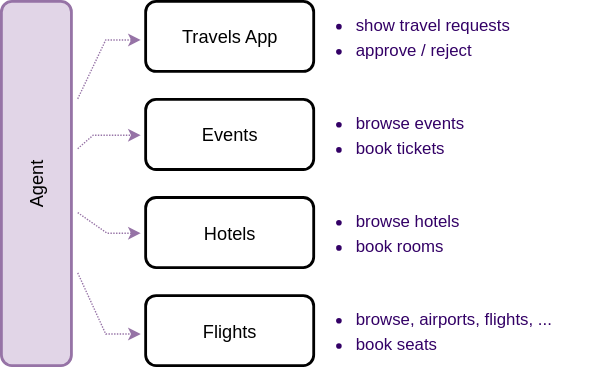
Before: guides/ai/xtravels-agentic.drawio.svg, a diagram exported from draw.io (capire/docs). Source tidied: cells renumbered, new cells last; positions are measured from the earlier drawing's top-left corner, leaving out a move shared by most shapes. Its diagram source:
```xml
<mxGraphModel>
  <root>
    <mxCell id="0" />
    <mxCell id="1" parent="0" />
    <mxCell id="2" value="Travels App" style="rounded=1;whiteSpace=wrap;html=1;strokeWidth=2;perimeterSpacing=4;fontSize=13;" parent="1" vertex="1">
      <mxGeometry x="208" width="120" height="50" as="geometry" />
    </mxCell>
    <mxCell id="3" value="Flights" style="rounded=1;whiteSpace=wrap;html=1;strokeWidth=2;perimeterSpacing=4;fontSize=13;" parent="1" vertex="1">
      <mxGeometry x="208" y="210" width="120" height="50" as="geometry" />
    </mxCell>
    <mxCell id="4" value="Hotels" style="rounded=1;whiteSpace=wrap;html=1;strokeWidth=2;perimeterSpacing=4;fontSize=13;" parent="1" vertex="1">
      <mxGeometry x="208" y="140" width="120" height="50" as="geometry" />
    </mxCell>
    <mxCell id="5" value="Events" style="rounded=1;whiteSpace=wrap;html=1;strokeWidth=2;perimeterSpacing=4;fontSize=13;" parent="1" vertex="1">
      <mxGeometry x="208" y="70" width="120" height="50" as="geometry" />
    </mxCell>
    <mxCell id="6" value="Agent" style="rounded=1;whiteSpace=wrap;html=1;strokeWidth=2;perimeterSpacing=4;fontSize=13;fillColor=#e1d5e7;strokeColor=#9673a6;rotation=-90;" parent="1" vertex="1">
      <mxGeometry y="105" width="260" height="50" as="geometry" />
    </mxCell>
    <mxCell id="7" value="&lt;ul style=&quot;padding-left: 20px; margin-top: 4px; margin-bottom: 4px; line-height: 150%;&quot;&gt;&lt;li&gt;show travel requests&lt;/li&gt;&lt;li&gt;approve / reject&lt;/li&gt;&lt;/ul&gt;" style="text;html=1;align=left;verticalAlign=middle;whiteSpace=wrap;rounded=0;fontSize=12;fontFamily=Helvetica;fontColor=#330066;labelBackgroundColor=none;spacing=0;" parent="1" vertex="1">
      <mxGeometry x="338" width="154" height="50" as="geometry" />
    </mxCell>
    <mxCell id="8" value="&lt;ul style=&quot;padding-left: 20px; margin-top: 4px; margin-bottom: 4px; line-height: 150%;&quot;&gt;&lt;li&gt;browse events&amp;nbsp;&lt;/li&gt;&lt;li&gt;book tickets&lt;/li&gt;&lt;/ul&gt;" style="text;html=1;align=left;verticalAlign=middle;whiteSpace=wrap;rounded=0;fontSize=12;fontFamily=Helvetica;fontColor=#330066;labelBackgroundColor=none;spacing=0;" parent="1" vertex="1">
      <mxGeometry x="338" y="70" width="140" height="50" as="geometry" />
    </mxCell>
    <mxCell id="9" value="&lt;ul style=&quot;padding-left: 20px; margin-top: 4px; margin-bottom: 4px; line-height: 150%;&quot;&gt;&lt;li&gt;browse hotels&lt;/li&gt;&lt;li&gt;book rooms&lt;/li&gt;&lt;/ul&gt;" style="text;html=1;align=left;verticalAlign=middle;whiteSpace=wrap;rounded=0;fontSize=12;fontFamily=Helvetica;fontColor=#330066;labelBackgroundColor=none;spacing=0;" parent="1" vertex="1">
      <mxGeometry x="338" y="140" width="140" height="50" as="geometry" />
    </mxCell>
    <mxCell id="10" value="&lt;ul style=&quot;padding-left: 20px; margin-top: 4px; margin-bottom: 4px; line-height: 150%;&quot;&gt;&lt;li&gt;browse, airports, flights, ...&lt;/li&gt;&lt;li&gt;book seats&lt;/li&gt;&lt;/ul&gt;" style="text;html=1;align=left;verticalAlign=middle;whiteSpace=wrap;rounded=0;fontSize=12;fontFamily=Helvetica;fontColor=#330066;labelBackgroundColor=none;spacing=0;" parent="1" vertex="1">
      <mxGeometry x="338" y="210" width="193" height="50" as="geometry" />
    </mxCell>
    <mxCell id="11" style="edgeStyle=elbowEdgeStyle;shape=connector;rounded=0;jettySize=auto;html=1;strokeColor=#9673a6;align=center;verticalAlign=middle;fontFamily=Helvetica;fontSize=11;fontColor=default;labelBackgroundColor=default;endArrow=classic;fillColor=#e1d5e7;dashed=1;elbow=vertical;dashPattern=1 1;" parent="1" edge="1" source="6" target="2">
      <mxGeometry relative="1" as="geometry">
        <Array as="points">
          <mxPoint x="179" y="27" />
        </Array>
      </mxGeometry>
    </mxCell>
    <mxCell id="12" style="shape=connector;rounded=0;jettySize=auto;html=1;strokeColor=#9673a6;align=center;verticalAlign=middle;fontFamily=Helvetica;fontSize=11;fontColor=default;labelBackgroundColor=default;endArrow=classic;fillColor=#e1d5e7;dashed=1;edgeStyle=elbowEdgeStyle;elbow=vertical;dashPattern=1 1;" parent="1" edge="1" source="6" target="5">
      <mxGeometry relative="1" as="geometry">
        <Array as="points">
          <mxPoint x="170" y="95" />
        </Array>
      </mxGeometry>
    </mxCell>
    <mxCell id="13" style="shape=connector;rounded=0;jettySize=auto;html=1;strokeColor=#9673a6;align=center;verticalAlign=middle;fontFamily=Helvetica;fontSize=11;fontColor=default;labelBackgroundColor=default;endArrow=classic;fillColor=#e1d5e7;dashed=1;elbow=vertical;edgeStyle=elbowEdgeStyle;dashPattern=1 1;" parent="1" edge="1" source="6" target="4">
      <mxGeometry relative="1" as="geometry">
        <Array as="points">
          <mxPoint x="180" y="165" />
        </Array>
      </mxGeometry>
    </mxCell>
    <mxCell id="14" style="shape=connector;rounded=0;jettySize=auto;html=1;strokeColor=#9673a6;align=center;verticalAlign=middle;fontFamily=Helvetica;fontSize=11;fontColor=default;labelBackgroundColor=default;endArrow=classic;fillColor=#e1d5e7;dashed=1;elbow=vertical;edgeStyle=elbowEdgeStyle;dashPattern=1 1;" parent="1" edge="1" source="6" target="3">
      <mxGeometry relative="1" as="geometry">
        <Array as="points">
          <mxPoint x="179" y="237" />
        </Array>
      </mxGeometry>
    </mxCell>
  </root>
</mxGraphModel>
```
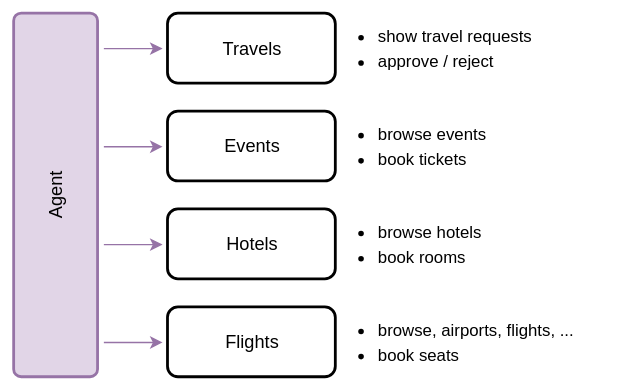
Later version of the same file.

Commit message:
XTravels sample for AI... (wip)

Change to the diagram source:
```diff
@@ -2,9 +2,16 @@
   <root>
     <mxCell id="0" />
     <mxCell id="1" parent="0" />
-    <mxCell id="2" value="Travels App" style="rounded=1;whiteSpace=wrap;html=1;strokeWidth=2;perimeterSpacing=4;fontSize=13;" parent="1" vertex="1">
-      <mxGeometry x="208" width="120" height="50" as="geometry" />
-    </mxCell>
+    <mxCell id="13" style="edgeStyle=elbowEdgeStyle;shape=connector;rounded=0;jettySize=auto;html=1;strokeColor=#9673a6;align=center;verticalAlign=middle;fontFamily=Helvetica;fontSize=11;fontColor=default;labelBackgroundColor=default;endArrow=classic;elbow=vertical;fillColor=#e1d5e7;" parent="1" edge="1" source="6" target="4">
+      <mxGeometry relative="1" as="geometry">
+        <Array as="points">
+          <mxPoint x="188" y="165" />
+        </Array>
+      </mxGeometry>
+    </mxCell>
+    <mxCell id="6" value="Agent" style="rounded=1;whiteSpace=wrap;html=1;strokeWidth=2;perimeterSpacing=4;fontSize=13;arcSize=9;fillColor=#e1d5e7;strokeColor=#9673a6;horizontal=0;" parent="1" vertex="1">
+      <mxGeometry x="98" width="60" height="260" as="geometry" />
+    </mxCell>
     <mxCell id="3" value="Flights" style="rounded=1;whiteSpace=wrap;html=1;strokeWidth=2;perimeterSpacing=4;fontSize=13;" parent="1" vertex="1">
       <mxGeometry x="208" y="210" width="120" height="50" as="geometry" />
     </mxCell>
@@ -14,48 +21,40 @@
     <mxCell id="5" value="Events" style="rounded=1;whiteSpace=wrap;html=1;strokeWidth=2;perimeterSpacing=4;fontSize=13;" parent="1" vertex="1">
       <mxGeometry x="208" y="70" width="120" height="50" as="geometry" />
     </mxCell>
-    <mxCell id="6" value="Agent" style="rounded=1;whiteSpace=wrap;html=1;strokeWidth=2;perimeterSpacing=4;fontSize=13;fillColor=#e1d5e7;strokeColor=#9673a6;rotation=-90;" parent="1" vertex="1">
-      <mxGeometry y="105" width="260" height="50" as="geometry" />
-    </mxCell>
-    <mxCell id="7" value="&lt;ul style=&quot;padding-left: 20px; margin-top: 4px; margin-bottom: 4px; line-height: 150%;&quot;&gt;&lt;li&gt;show travel requests&lt;/li&gt;&lt;li&gt;approve / reject&lt;/li&gt;&lt;/ul&gt;" style="text;html=1;align=left;verticalAlign=middle;whiteSpace=wrap;rounded=0;fontSize=12;fontFamily=Helvetica;fontColor=#330066;labelBackgroundColor=none;spacing=0;" parent="1" vertex="1">
-      <mxGeometry x="338" width="154" height="50" as="geometry" />
-    </mxCell>
-    <mxCell id="8" value="&lt;ul style=&quot;padding-left: 20px; margin-top: 4px; margin-bottom: 4px; line-height: 150%;&quot;&gt;&lt;li&gt;browse events&amp;nbsp;&lt;/li&gt;&lt;li&gt;book tickets&lt;/li&gt;&lt;/ul&gt;" style="text;html=1;align=left;verticalAlign=middle;whiteSpace=wrap;rounded=0;fontSize=12;fontFamily=Helvetica;fontColor=#330066;labelBackgroundColor=none;spacing=0;" parent="1" vertex="1">
+    <mxCell id="8" value="&lt;ul style=&quot;padding-left: 20px; margin-top: 4px; margin-bottom: 4px; line-height: 150%;&quot;&gt;&lt;li&gt;browse events&amp;nbsp;&lt;/li&gt;&lt;li&gt;book tickets&lt;/li&gt;&lt;/ul&gt;" style="text;html=1;align=left;verticalAlign=middle;whiteSpace=wrap;rounded=0;fontSize=12;fontFamily=Helvetica;labelBackgroundColor=none;spacing=0;" parent="1" vertex="1">
       <mxGeometry x="338" y="70" width="140" height="50" as="geometry" />
     </mxCell>
-    <mxCell id="9" value="&lt;ul style=&quot;padding-left: 20px; margin-top: 4px; margin-bottom: 4px; line-height: 150%;&quot;&gt;&lt;li&gt;browse hotels&lt;/li&gt;&lt;li&gt;book rooms&lt;/li&gt;&lt;/ul&gt;" style="text;html=1;align=left;verticalAlign=middle;whiteSpace=wrap;rounded=0;fontSize=12;fontFamily=Helvetica;fontColor=#330066;labelBackgroundColor=none;spacing=0;" parent="1" vertex="1">
+    <mxCell id="9" value="&lt;ul style=&quot;padding-left: 20px; margin-top: 4px; margin-bottom: 4px; line-height: 150%;&quot;&gt;&lt;li&gt;browse hotels&lt;/li&gt;&lt;li&gt;book rooms&lt;/li&gt;&lt;/ul&gt;" style="text;html=1;align=left;verticalAlign=middle;whiteSpace=wrap;rounded=0;fontSize=12;fontFamily=Helvetica;labelBackgroundColor=none;spacing=0;" parent="1" vertex="1">
       <mxGeometry x="338" y="140" width="140" height="50" as="geometry" />
     </mxCell>
-    <mxCell id="10" value="&lt;ul style=&quot;padding-left: 20px; margin-top: 4px; margin-bottom: 4px; line-height: 150%;&quot;&gt;&lt;li&gt;browse, airports, flights, ...&lt;/li&gt;&lt;li&gt;book seats&lt;/li&gt;&lt;/ul&gt;" style="text;html=1;align=left;verticalAlign=middle;whiteSpace=wrap;rounded=0;fontSize=12;fontFamily=Helvetica;fontColor=#330066;labelBackgroundColor=none;spacing=0;" parent="1" vertex="1">
+    <mxCell id="10" value="&lt;ul style=&quot;padding-left: 20px; margin-top: 4px; margin-bottom: 4px; line-height: 150%;&quot;&gt;&lt;li&gt;browse, airports, flights, ...&lt;/li&gt;&lt;li&gt;book seats&lt;/li&gt;&lt;/ul&gt;" style="text;html=1;align=left;verticalAlign=middle;whiteSpace=wrap;rounded=0;fontSize=12;fontFamily=Helvetica;labelBackgroundColor=none;spacing=0;" parent="1" vertex="1">
       <mxGeometry x="338" y="210" width="193" height="50" as="geometry" />
     </mxCell>
-    <mxCell id="11" style="edgeStyle=elbowEdgeStyle;shape=connector;rounded=0;jettySize=auto;html=1;strokeColor=#9673a6;align=center;verticalAlign=middle;fontFamily=Helvetica;fontSize=11;fontColor=default;labelBackgroundColor=default;endArrow=classic;fillColor=#e1d5e7;dashed=1;elbow=vertical;dashPattern=1 1;" parent="1" edge="1" source="6" target="2">
-      <mxGeometry relative="1" as="geometry">
-        <Array as="points">
-          <mxPoint x="179" y="27" />
-        </Array>
-      </mxGeometry>
-    </mxCell>
+    <mxCell id="14" style="edgeStyle=elbowEdgeStyle;shape=connector;rounded=0;jettySize=auto;html=1;strokeColor=#9673a6;align=center;verticalAlign=middle;fontFamily=Helvetica;fontSize=11;fontColor=default;labelBackgroundColor=default;endArrow=classic;elbow=vertical;fillColor=#e1d5e7;" parent="1" edge="1" source="6" target="3">
+      <mxGeometry relative="1" as="geometry">
+        <Array as="points">
+          <mxPoint x="188" y="235" />
+        </Array>
+      </mxGeometry>
+    </mxCell>
-    <mxCell id="12" style="shape=connector;rounded=0;jettySize=auto;html=1;strokeColor=#9673a6;align=center;verticalAlign=middle;fontFamily=Helvetica;fontSize=11;fontColor=default;labelBackgroundColor=default;endArrow=classic;fillColor=#e1d5e7;dashed=1;edgeStyle=elbowEdgeStyle;elbow=vertical;dashPattern=1 1;" parent="1" edge="1" source="6" target="5">
+    <mxCell id="12" style="edgeStyle=elbowEdgeStyle;shape=connector;rounded=0;jettySize=auto;html=1;strokeColor=#9673a6;align=center;verticalAlign=middle;fontFamily=Helvetica;fontSize=11;fontColor=default;labelBackgroundColor=default;endArrow=classic;elbow=vertical;entryX=0;entryY=0.5;entryDx=0;entryDy=0;fillColor=#e1d5e7;" parent="1" edge="1" source="6" target="5">
       <mxGeometry relative="1" as="geometry">
         <Array as="points">
-          <mxPoint x="170" y="95" />
+          <mxPoint x="188" y="95" />
         </Array>
       </mxGeometry>
     </mxCell>
-    <mxCell id="13" style="shape=connector;rounded=0;jettySize=auto;html=1;strokeColor=#9673a6;align=center;verticalAlign=middle;fontFamily=Helvetica;fontSize=11;fontColor=default;labelBackgroundColor=default;endArrow=classic;fillColor=#e1d5e7;dashed=1;elbow=vertical;edgeStyle=elbowEdgeStyle;dashPattern=1 1;" parent="1" edge="1" source="6" target="4">
-      <mxGeometry relative="1" as="geometry">
-        <Array as="points">
-          <mxPoint x="180" y="165" />
-        </Array>
-      </mxGeometry>
-    </mxCell>
-    <mxCell id="14" style="shape=connector;rounded=0;jettySize=auto;html=1;strokeColor=#9673a6;align=center;verticalAlign=middle;fontFamily=Helvetica;fontSize=11;fontColor=default;labelBackgroundColor=default;endArrow=classic;fillColor=#e1d5e7;dashed=1;elbow=vertical;edgeStyle=elbowEdgeStyle;dashPattern=1 1;" parent="1" edge="1" source="6" target="3">
-      <mxGeometry relative="1" as="geometry">
-        <Array as="points">
-          <mxPoint x="179" y="237" />
-        </Array>
-      </mxGeometry>
-    </mxCell>
+    <mxCell id="15" value="Travels" style="rounded=1;whiteSpace=wrap;html=1;strokeWidth=2;perimeterSpacing=4;fontSize=13;" parent="1" vertex="1">
+      <mxGeometry x="208" width="120" height="50" as="geometry" />
+    </mxCell>
+    <mxCell id="7" value="&lt;ul style=&quot;padding-left: 20px; margin-top: 4px; margin-bottom: 4px; line-height: 150%;&quot;&gt;&lt;li&gt;show travel requests&lt;/li&gt;&lt;li&gt;approve / reject&lt;/li&gt;&lt;/ul&gt;" style="text;html=1;align=left;verticalAlign=middle;whiteSpace=wrap;rounded=0;fontSize=12;fontFamily=Helvetica;labelBackgroundColor=none;spacing=0;" parent="1" vertex="1">
+      <mxGeometry x="338" width="154" height="50" as="geometry" />
+    </mxCell>
+    <mxCell id="16" style="edgeStyle=elbowEdgeStyle;shape=connector;rounded=0;jettySize=auto;html=1;strokeColor=#9673a6;align=center;verticalAlign=middle;fontFamily=Helvetica;fontSize=11;fontColor=default;labelBackgroundColor=default;endArrow=classic;elbow=vertical;fillColor=#e1d5e7;" parent="1" edge="1" source="6" target="15">
+      <mxGeometry relative="1" as="geometry" />
+    </mxCell>
+    <mxCell id="17" style="rounded=0;whiteSpace=wrap;html=1;strokeColor=none;fillColor=none;" parent="1" vertex="1">
+      <mxGeometry x="88" y="-10" width="10" height="10" as="geometry" />
+    </mxCell>
   </root>
 </mxGraphModel>
```
